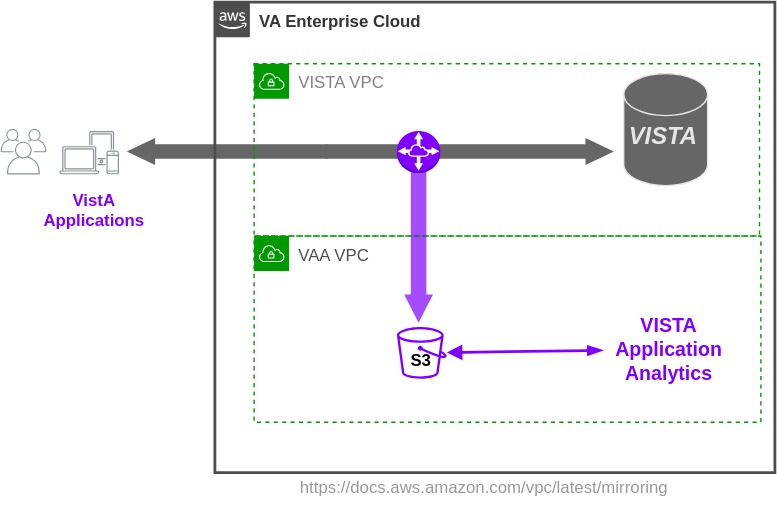
Before: vam.svg, a diagram exported from draw.io (cloudvista/vaa). Source tidied: cells renumbered, new cells last; positions are measured from the earlier drawing's top-left corner, leaving out a move shared by most shapes.
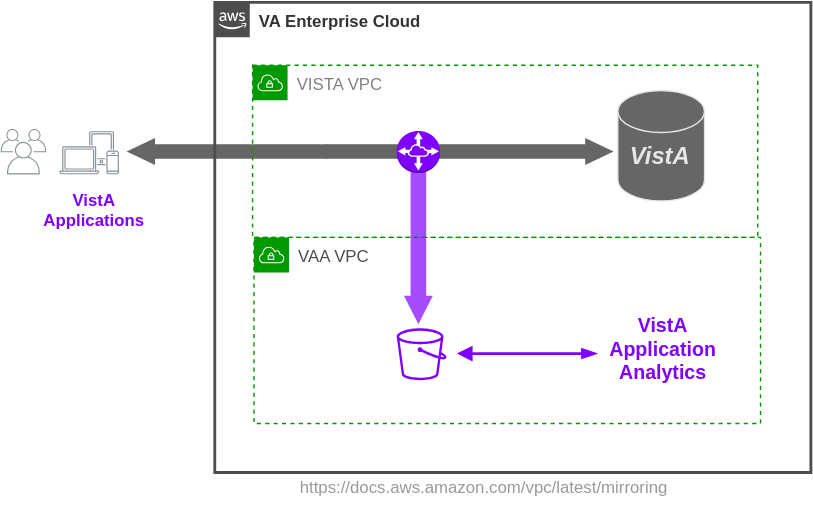
The same file after the commit.

Change to the diagram source:
```diff
@@ -9,7 +9,7 @@
       <mxGeometry x="232" y="97" width="206" height="19.3" as="geometry" />
     </mxCell>
     <mxCell id="4" value="&lt;b&gt;&lt;font color=&quot;#333333&quot;&gt;VA Enterprise Cloud&lt;/font&gt;&lt;/b&gt;" style="gradientColor=none;html=1;whiteSpace=wrap;fontSize=12;fontStyle=0;shape=mxgraph.aws4.group;grIcon=mxgraph.aws4.group_aws_cloud_alt;strokeColor=#4D4D4D;fillColor=none;verticalAlign=top;align=left;spacingLeft=30;fontColor=#232F3E;dashed=0;strokeWidth=2;fillOpacity=6;" parent="1" vertex="1">
-      <mxGeometry x="153" width="400" height="336" as="geometry" />
+      <mxGeometry x="153" width="426" height="336" as="geometry" />
     </mxCell>
     <mxCell id="5" value="https://docs.aws.amazon.com/vpc/latest/mirroring" style="text;html=1;align=center;verticalAlign=middle;strokeColor=none;fillColor=none;fontColor=#999999;" parent="1" vertex="1">
       <mxGeometry x="204" y="334" width="281" height="26" as="geometry" />
@@ -24,31 +24,31 @@
       <mxGeometry x="42" y="92" width="42.5" height="31" as="geometry" />
     </mxCell>
     <mxCell id="9" value="VAA VPC" style="gradientColor=none;html=1;whiteSpace=wrap;fontSize=12;fontStyle=0;shape=mxgraph.aws4.group;grIcon=mxgraph.aws4.group_vpc;strokeColor=#009900;fillColor=none;verticalAlign=top;align=left;spacingLeft=30;fontColor=#4D4D4D;dashed=1;strokeWidth=1;" parent="1" vertex="1">
-      <mxGeometry x="181" y="167" width="362" height="133" as="geometry" />
+      <mxGeometry x="181" y="168" width="362" height="133" as="geometry" />
     </mxCell>
-    <mxCell id="10" value="&lt;b&gt;&lt;font color=&quot;#7f00ff&quot; style=&quot;font-size: 14px;&quot;&gt;VISTA&lt;br&gt;Application&lt;br&gt;Analytics&lt;/font&gt;&lt;/b&gt;" style="text;html=1;align=center;verticalAlign=middle;points=[];strokeColor=none;fillColor=none;" parent="9" vertex="1">
-      <mxGeometry x="249" y="50" width="94" height="62" as="geometry" />
+    <mxCell id="10" value="&lt;b&gt;&lt;font color=&quot;#7f00ff&quot; style=&quot;font-size: 14px;&quot;&gt;VistA&lt;br&gt;Application&lt;br&gt;Analytics&lt;/font&gt;&lt;/b&gt;" style="text;html=1;align=center;verticalAlign=middle;points=[];strokeColor=none;fillColor=none;" parent="9" vertex="1">
+      <mxGeometry x="245" y="49" width="94" height="62" as="geometry" />
     </mxCell>
     <mxCell id="11" style="html=1;shadow=0;dashed=0;align=center;verticalAlign=middle;shape=mxgraph.arrows2.arrow;dy=0.46;dx=20.3;direction=north;notch=0;strokeColor=none;strokeWidth=1;fontSize=12;fontColor=#808080;fillColor=#7F00FF;flipV=1;flipH=1;fillOpacity=70;" parent="9" vertex="1">
       <mxGeometry x="107.2" y="-61" width="20.6" height="123" as="geometry" />
     </mxCell>
     <mxCell id="12" style="shape=cylinder3;whiteSpace=wrap;html=1;boundedLbl=1;backgroundOutline=1;size=15;fontSize=14;fillColor=#666666;strokeColor=#E6E6E6;" parent="9" vertex="1">
-      <mxGeometry x="264" y="-116" width="60" height="80" as="geometry" />
+      <mxGeometry x="260" y="-105" width="62" height="79" as="geometry" />
     </mxCell>
-    <mxCell id="13" value="&lt;i style=&quot;&quot;&gt;&lt;font style=&quot;font-size: 17px;&quot;&gt;VISTA&lt;/font&gt;&lt;/i&gt;" style="text;html=1;strokeColor=none;fillColor=none;align=center;verticalAlign=middle;whiteSpace=wrap;rounded=0;labelBackgroundColor=none;labelBorderColor=none;fontStyle=1;fontSize=35;fontColor=#E6E6E6;" parent="9" vertex="1">
-      <mxGeometry x="264" y="-90.9" width="57" height="25" as="geometry" />
+    <mxCell id="13" value="&lt;i style=&quot;&quot;&gt;&lt;font style=&quot;font-size: 17px;&quot;&gt;VistA&lt;/font&gt;&lt;/i&gt;" style="text;html=1;strokeColor=none;fillColor=none;align=center;verticalAlign=middle;whiteSpace=wrap;rounded=0;labelBackgroundColor=none;labelBorderColor=none;fontStyle=1;fontSize=35;fontColor=#E6E6E6;" parent="9" vertex="1">
+      <mxGeometry x="262" y="-77.9" width="57" height="25" as="geometry" />
     </mxCell>
     <mxCell id="14" style="sketch=0;outlineConnect=0;fontColor=#232F3E;gradientColor=none;fillColor=#7F00FF;strokeColor=#7F00FF;dashed=0;verticalLabelPosition=bottom;verticalAlign=top;align=center;html=1;fontSize=12;fontStyle=0;shape=mxgraph.aws4.bucket;" parent="9" vertex="1">
       <mxGeometry x="102" y="65" width="35.6" height="37" as="geometry" />
     </mxCell>
-    <mxCell id="15" style="edgeStyle=none;html=1;strokeWidth=2;fontSize=17;fontColor=#7F00FF;startArrow=blockThin;startFill=1;endArrow=block;endFill=1;strokeColor=#7F00FF;" parent="9" edge="1" source="10" target="14">
-      <mxGeometry relative="1" as="geometry" />
+    <mxCell id="15" style="edgeStyle=none;html=1;strokeWidth=2;fontSize=17;fontColor=#7F00FF;startArrow=blockThin;startFill=1;endArrow=block;endFill=1;strokeColor=#7F00FF;" parent="9" edge="1">
+      <mxGeometry relative="1" as="geometry">
+        <mxPoint x="245" y="83" as="sourcePoint" />
+        <mxPoint x="145" y="83" as="targetPoint" />
+      </mxGeometry>
     </mxCell>
-    <mxCell id="16" value="&lt;b&gt;S3&lt;/b&gt;" style="text;html=1;align=center;verticalAlign=middle;strokeColor=none;fillColor=none;" parent="9" vertex="1">
-      <mxGeometry x="102" y="76" width="33" height="26" as="geometry" />
-    </mxCell>
     <mxCell id="17" value="&lt;font color=&quot;#808080&quot;&gt;VISTA VPC&lt;/font&gt;" style="gradientColor=none;html=1;whiteSpace=wrap;fontSize=12;fontStyle=0;shape=mxgraph.aws4.group;grIcon=mxgraph.aws4.group_vpc;strokeColor=#009900;fillColor=none;verticalAlign=top;align=left;spacingLeft=30;fontColor=#AAB7B8;dashed=1;strokeWidth=1;" parent="1" vertex="1">
-      <mxGeometry x="181" y="44" width="361" height="123" as="geometry" />
+      <mxGeometry x="180" y="45" width="361" height="123" as="geometry" />
     </mxCell>
     <mxCell id="18" style="dashed=0;verticalLabelPosition=bottom;verticalAlign=top;align=center;html=1;shape=mxgraph.aws3.vpc_peering;fillColor=#7F00FF;gradientColor=none;strokeColor=#666666;strokeWidth=1;" parent="1" vertex="1">
       <mxGeometry x="283" y="92" width="31" height="30" as="geometry" />
```
